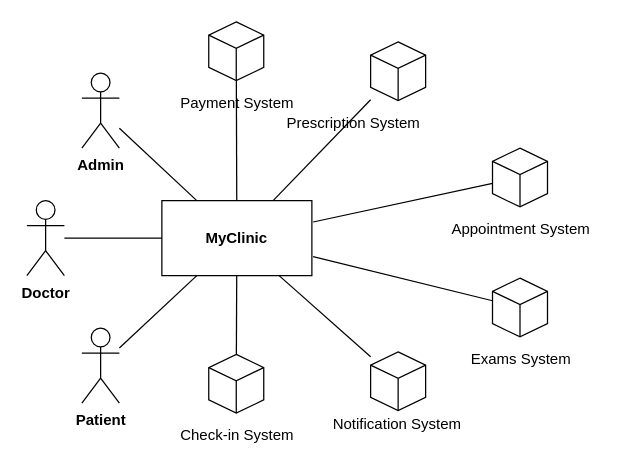
RafaelCMira/myclinic-msp-project keeps this draw.io diagram as Diagrams/Context/Context.drawio. Above is the earlier version. Source tidied: cells renumbered, new cells numbered last; positions are measured from the earlier drawing's top-left corner, leaving out a move shared by most shapes. Both pictures are drawn from the tidied source at 125%, with x=0, y=0 at pixel (26, 21).
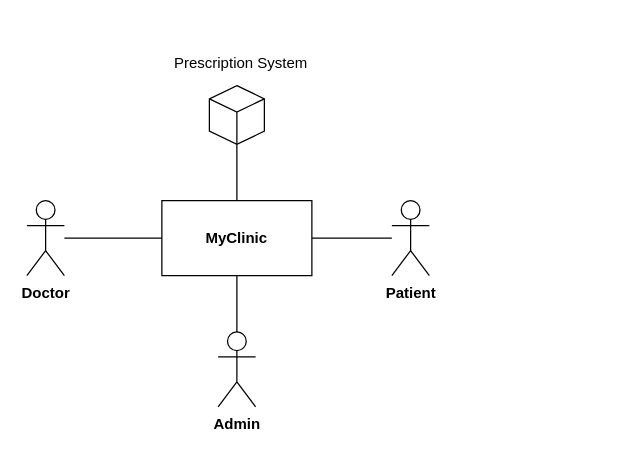
The same diagram, later.

Unchanged cells that the change refers to:
```xml
<mxCell id="2" value="&lt;b&gt;MyClinic&lt;/b&gt;" style="rounded=0;whiteSpace=wrap;html=1;" parent="1" vertex="1">
  <mxGeometry x="108" y="143" width="120" height="60" as="geometry" />
</mxCell>
```

The edit, as a diff of the source:
```diff
@@
     <mxCell id="6" value="&lt;b&gt;Patient&lt;/b&gt;" style="shape=umlActor;verticalLabelPosition=bottom;verticalAlign=top;html=1;outlineConnect=0;" parent="1" vertex="1">
-      <mxGeometry x="44" y="245" width="30" height="60" as="geometry" />
+      <mxGeometry x="292" y="143" width="30" height="60" as="geometry" />
     </mxCell>
     <mxCell id="7" value="&lt;b&gt;Admin&lt;/b&gt;" style="shape=umlActor;verticalLabelPosition=bottom;verticalAlign=top;html=1;outlineConnect=0;" parent="1" vertex="1">
-      <mxGeometry x="44" y="41" width="30" height="60" as="geometry" />
+      <mxGeometry x="153" y="248" width="30" height="60" as="geometry" />
     </mxCell>
@@
-    <mxCell id="9" style="group;" parent="1" vertex="1">
-      <mxGeometry x="331" y="101" width="128" height="78" as="geometry" />
-    </mxCell>
-    <mxCell id="10" style="html=1;whiteSpace=wrap;shape=isoCube2;backgroundOutline=1;isoAngle=15;" parent="9" vertex="1">
-      <mxGeometry x="41.5" width="44" height="47" as="geometry" />
-    </mxCell>
-    <mxCell id="11" value="Appointment System" style="text;html=1;align=center;verticalAlign=middle;strokeColor=none;fillColor=none;" parent="9" vertex="1">
-      <mxGeometry x="-1" y="52" width="129" height="26" as="geometry" />
-    </mxCell>
-    <mxCell id="12" style="group;" parent="1" vertex="1">
-      <mxGeometry x="331" y="205" width="128" height="78" as="geometry" />
-    </mxCell>
-    <mxCell id="13" style="html=1;whiteSpace=wrap;shape=isoCube2;backgroundOutline=1;isoAngle=15;" parent="12" vertex="1">
-      <mxGeometry x="41.5" width="44" height="47" as="geometry" />
-    </mxCell>
-    <mxCell id="14" value="Exams System" style="text;html=1;align=center;verticalAlign=middle;strokeColor=none;fillColor=none;" parent="12" vertex="1">
-      <mxGeometry x="15" y="52" width="98" height="26" as="geometry" />
-    </mxCell>
-    <mxCell id="15" style="group;" parent="1" vertex="1">
-      <mxGeometry x="197" y="16" width="128" height="295" as="geometry" />
-    </mxCell>
+    <mxCell id="21" style="rounded=0;jettySize=auto;html=1;endArrow=none;endFill=0;" parent="1" edge="1" source="2" target="17">
+      <mxGeometry relative="1" as="geometry" />
+    </mxCell>
+    <mxCell id="33" style="group;" parent="1" vertex="1">
+      <mxGeometry x="108" y="20" width="125" height="78" as="geometry" />
+    </mxCell>
-    <mxCell id="16" value="Prescription System" style="text;html=1;align=center;verticalAlign=middle;strokeColor=none;fillColor=none;" parent="15" vertex="1">
-      <mxGeometry x="1" y="52" width="125" height="26" as="geometry" />
+    <mxCell id="16" value="Prescription System" style="text;html=1;align=center;verticalAlign=middle;strokeColor=none;fillColor=none;" parent="33" vertex="1">
+      <mxGeometry width="125" height="26" as="geometry" />
     </mxCell>
-    <mxCell id="17" style="html=1;whiteSpace=wrap;shape=isoCube2;backgroundOutline=1;isoAngle=15;" parent="15" vertex="1">
-      <mxGeometry x="78" width="44" height="47" as="geometry" />
+    <mxCell id="17" style="html=1;whiteSpace=wrap;shape=isoCube2;backgroundOutline=1;isoAngle=15;" parent="33" vertex="1">
+      <mxGeometry x="38" y="31" width="44" height="47" as="geometry" />
     </mxCell>
-    <mxCell id="18" style="html=1;whiteSpace=wrap;shape=isoCube2;backgroundOutline=1;isoAngle=15;" parent="15" vertex="1">
-      <mxGeometry x="78" y="248" width="44" height="47" as="geometry" />
-    </mxCell>
-    <mxCell id="19" style="group;" parent="1" vertex="1">
-      <mxGeometry x="232" y="257" width="128" height="78" as="geometry" />
-    </mxCell>
-    <mxCell id="20" value="Notification System" style="text;html=1;align=center;verticalAlign=middle;strokeColor=none;fillColor=none;" parent="19" vertex="1">
-      <mxGeometry x="3" y="52" width="121" height="26" as="geometry" />
-    </mxCell>
-    <mxCell id="21" style="rounded=0;jettySize=auto;html=1;endArrow=none;endFill=0;" parent="1" edge="1" source="2" target="17">
-      <mxGeometry relative="1" as="geometry" />
-    </mxCell>
-    <mxCell id="22" style="rounded=0;jettySize=auto;html=1;endArrow=none;endFill=0;" parent="1" edge="1" target="10">
-      <mxGeometry relative="1" as="geometry">
-        <mxPoint x="229" y="160.1" as="sourcePoint" />
-      </mxGeometry>
-    </mxCell>
-    <mxCell id="23" style="rounded=0;jettySize=auto;html=1;endArrow=none;endFill=0;" parent="1" edge="1" target="13">
-      <mxGeometry relative="1" as="geometry">
-        <mxPoint x="229" y="187.8" as="sourcePoint" />
-      </mxGeometry>
-    </mxCell>
-    <mxCell id="24" style="rounded=0;jettySize=auto;html=1;endArrow=none;endFill=0;" parent="1" edge="1" source="2" target="18">
-      <mxGeometry relative="1" as="geometry" />
-    </mxCell>
-    <mxCell id="25" style="group;" parent="1" vertex="1">
-      <mxGeometry x="104" y="266" width="128" height="78" as="geometry" />
-    </mxCell>
-    <mxCell id="26" style="html=1;whiteSpace=wrap;shape=isoCube2;backgroundOutline=1;isoAngle=15;" parent="25" vertex="1">
-      <mxGeometry x="41.5" width="44" height="47" as="geometry" />
-    </mxCell>
-    <mxCell id="27" value="Check-in System" style="text;html=1;align=center;verticalAlign=middle;strokeColor=none;fillColor=none;" parent="25" vertex="1">
-      <mxGeometry x="9" y="52" width="109" height="26" as="geometry" />
-    </mxCell>
-    <mxCell id="28" style="rounded=0;jettySize=auto;html=1;endArrow=none;endFill=0;" parent="1" edge="1" source="2" target="26">
-      <mxGeometry relative="1" as="geometry" />
-    </mxCell>
-    <mxCell id="29" style="group;" parent="1" vertex="1">
-      <mxGeometry x="104" width="128" height="78" as="geometry" />
-    </mxCell>
-    <mxCell id="30" style="html=1;whiteSpace=wrap;shape=isoCube2;backgroundOutline=1;isoAngle=15;" parent="29" vertex="1">
-      <mxGeometry x="41.5" width="44" height="47" as="geometry" />
-    </mxCell>
-    <mxCell id="31" value="Payment System" style="text;html=1;align=center;verticalAlign=middle;strokeColor=none;fillColor=none;" parent="29" vertex="1">
-      <mxGeometry x="9" y="52" width="109" height="26" as="geometry" />
-    </mxCell>
-    <mxCell id="32" style="rounded=0;jettySize=auto;html=1;endArrow=none;endFill=0;" parent="1" edge="1" source="2" target="30">
-      <mxGeometry relative="1" as="geometry" />
-    </mxCell>
```
